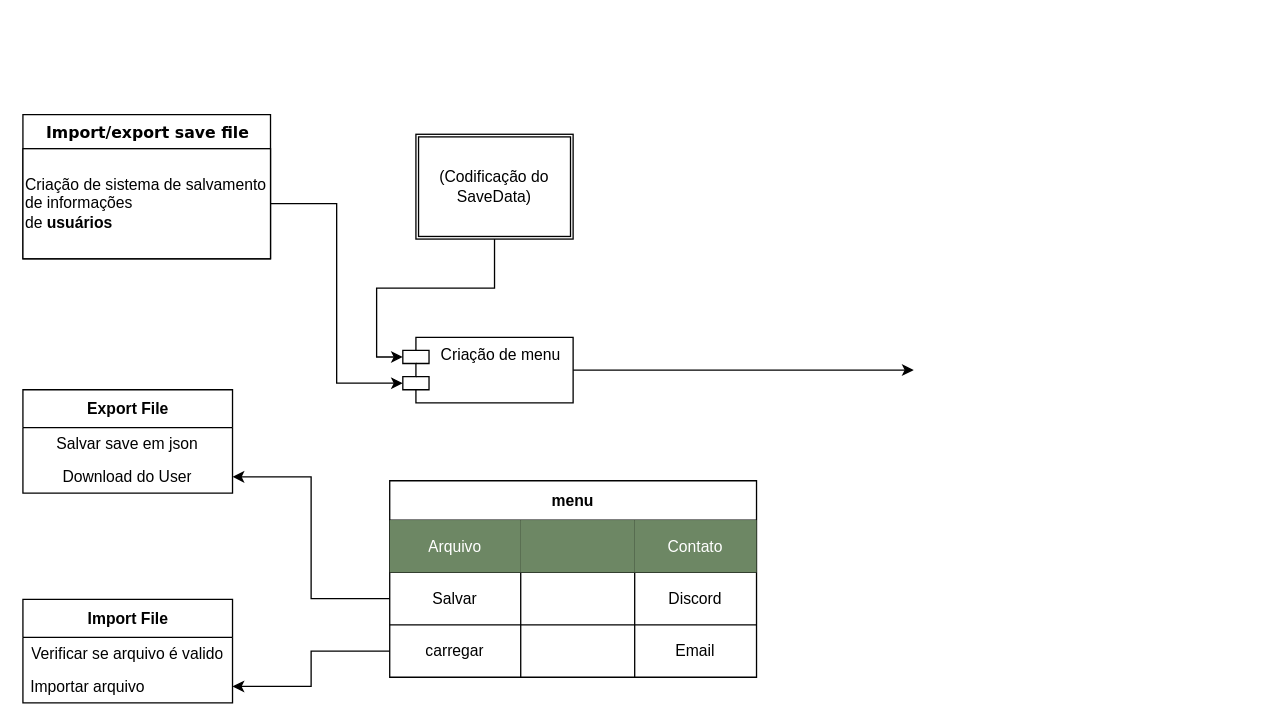
Earlier version of the draw.io diagram Frama01.drawio (pedrolobobr/Alicization). Source tidied: cells renumbered, new cells numbered last; positions are measured from the earlier drawing's top-left corner, leaving out a move shared by most shapes. Both pictures are drawn from the tidied source at 131%, with x=0, y=0 at pixel (22, 114).
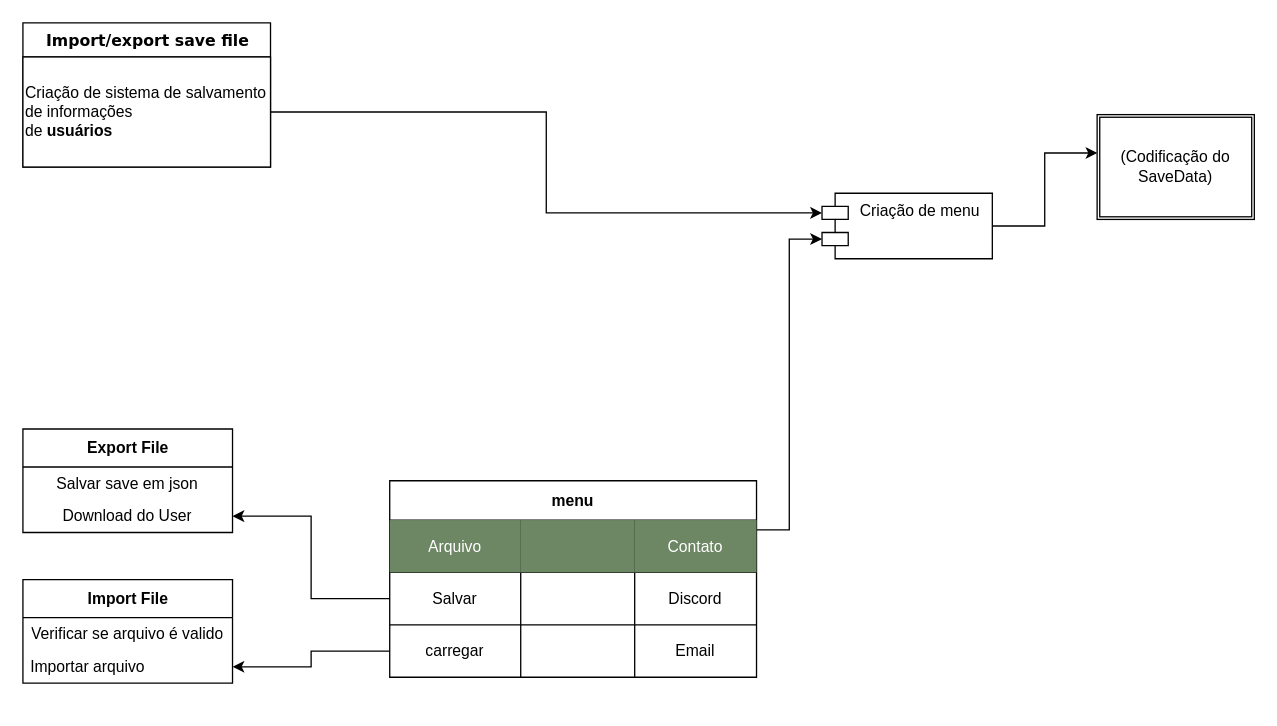
After the change.

Unchanged cells that the change refers to:
```xml
<mxCell id="3" value="Criação de sistema de salvamento de informações&amp;nbsp;&lt;br&gt;de &lt;b&gt;usuários&lt;/b&gt;" style="whiteSpace=wrap;html=1;align=left;" parent="2" vertex="1">
  <mxGeometry y="26" width="189" height="84" as="geometry" />
</mxCell>
<mxCell id="7" value="menu" style="shape=table;startSize=30;childLayout=tableLayout;fontStyle=1;align=center;" parent="1" vertex="1">
  <mxGeometry x="280" y="279.5" width="280" height="150" as="geometry" />
</mxCell>
```

Diff of the diagram source:
```diff
@@
     <mxCell id="2" value="Import/export save file" style="swimlane;html=1;fontStyle=1;align=center;verticalAlign=top;horizontal=1;startSize=26;swimlaneFillColor=#ffffff;rounded=0;shadow=0;comic=0;labelBackgroundColor=none;strokeWidth=1;fillColor=none;fontFamily=Verdana;fontSize=12;" parent="1" vertex="1">
-      <mxGeometry width="189" height="110" as="geometry" />
+      <mxGeometry y="-70" width="189" height="110" as="geometry" />
     </mxCell>
@@
-    <mxCell id="4" style="edgeStyle=orthogonalEdgeStyle;rounded=0;jettySize=auto;html=1;entryX=0;entryY=0;entryDx=0;entryDy=35;entryPerimeter=0;" parent="1" edge="1" source="3" target="6">
-      <mxGeometry relative="1" as="geometry" />
-    </mxCell>
-    <mxCell id="5" style="edgeStyle=orthogonalEdgeStyle;rounded=0;jettySize=auto;html=1;" parent="1" edge="1" source="6">
-      <mxGeometry relative="1" as="geometry">
-        <mxPoint x="680" y="195" as="targetPoint" />
-      </mxGeometry>
+    <mxCell id="5" style="edgeStyle=orthogonalEdgeStyle;rounded=0;jettySize=auto;html=1;entryX=0.002;entryY=0.366;entryDx=0;entryDy=0;entryPerimeter=0;" parent="1" edge="1" source="6" target="29">
+      <mxGeometry relative="1" as="geometry" />
     </mxCell>
     <mxCell id="6" value="Criação de menu" style="shape=module;align=left;spacingLeft=20;align=center;verticalAlign=top;" parent="1" vertex="1">
-      <mxGeometry x="290" y="170" width="130" height="50" as="geometry" />
+      <mxGeometry x="610" y="60" width="130" height="50" as="geometry" />
     </mxCell>
+    <mxCell id="30" style="edgeStyle=orthogonalEdgeStyle;rounded=0;jettySize=auto;html=1;exitX=1;exitY=0.25;exitDx=0;exitDy=0;entryX=0;entryY=0;entryDx=0;entryDy=35;entryPerimeter=0;" parent="1" edge="1" source="7" target="6">
+      <mxGeometry relative="1" as="geometry" />
+    </mxCell>
@@
     <mxCell id="20" value="Import File" style="swimlane;fontStyle=1;align=center;verticalAlign=middle;horizontal=1;startSize=29;html=1;" parent="1" vertex="1">
-      <mxGeometry y="370" width="160" height="79" as="geometry" />
+      <mxGeometry y="355" width="160" height="79" as="geometry" />
     </mxCell>
@@
     <mxCell id="23" value="Export File" style="swimlane;fontStyle=1;align=center;verticalAlign=middle;horizontal=1;startSize=29;html=1;" parent="1" vertex="1">
-      <mxGeometry y="210" width="160" height="79" as="geometry" />
+      <mxGeometry y="240" width="160" height="79" as="geometry" />
     </mxCell>
@@
-    <mxCell id="28" style="edgeStyle=orthogonalEdgeStyle;rounded=0;jettySize=auto;html=1;entryX=0;entryY=0;entryDx=0;entryDy=15;entryPerimeter=0;" parent="1" edge="1" source="29" target="6">
-      <mxGeometry relative="1" as="geometry" />
-    </mxCell>
     <mxCell id="29" value="(Codificação do SaveData)" style="shape=ext;double=1;rounded=0;whiteSpace=wrap;html=1;" parent="1" vertex="1">
-      <mxGeometry x="300" y="15" width="120" height="80" as="geometry" />
+      <mxGeometry x="820" width="120" height="80" as="geometry" />
     </mxCell>
+    <mxCell id="4" style="edgeStyle=orthogonalEdgeStyle;rounded=0;jettySize=auto;html=1;exitX=1;exitY=0.5;exitDx=0;exitDy=0;entryX=0;entryY=0;entryDx=0;entryDy=15;entryPerimeter=0;" parent="1" edge="1" source="3" target="6">
+      <mxGeometry relative="1" as="geometry" />
+    </mxCell>
```
